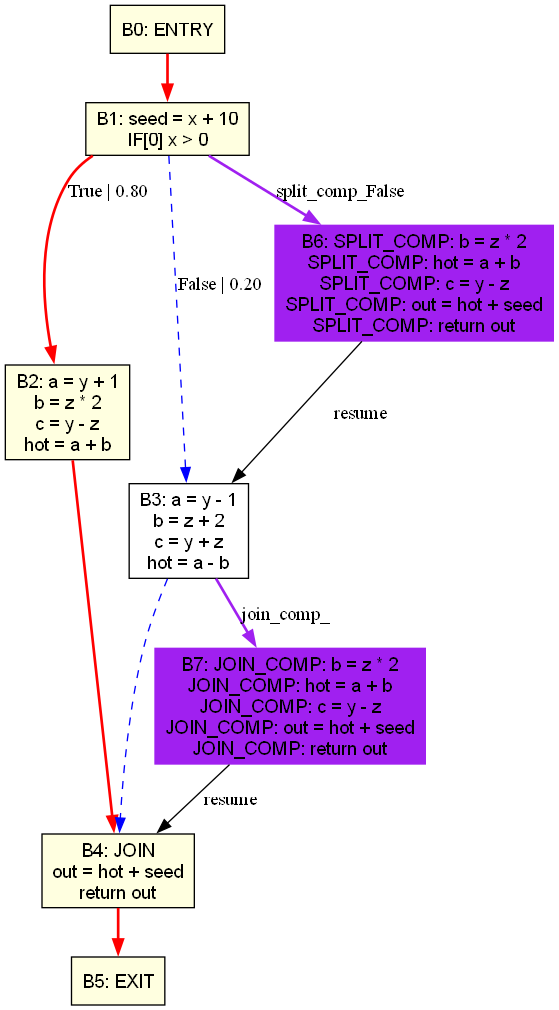
drazicmi/Trace_scheduling_implementation keeps this Graphviz diagram as TraceScheduling/optimized_trace.png. Above is the earlier version. Its source is kept beside it as TraceScheduling/optimized_trace.dot.
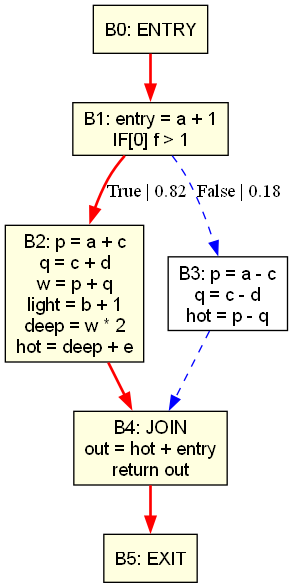
The same file after the commit.

Change to the diagram source:
```diff
@@ -2,21 +2,15 @@
   rankdir=TB;
   node [shape=box, fontname=Helvetica];
   B0 [label="B0: ENTRY", style="filled", fillcolor="lightyellow"];
-  B1 [label="B1: seed = x + 10\nIF[0] x > 0", style="filled", fillcolor="lightyellow"];
-  B2 [label="B2: a = y + 1\nb = z * 2\nc = y - z\nhot = a + b", style="filled", fillcolor="lightyellow"];
-  B3 [label="B3: a = y - 1\nb = z + 2\nc = y + z\nhot = a - b"];
-  B4 [label="B4: JOIN\nout = hot + seed\nreturn out", style="filled", fillcolor="lightyellow"];
+  B1 [label="B1: entry = a + 1\nIF[0] f > 1", style="filled", fillcolor="lightyellow"];
+  B2 [label="B2: p = a + c\nq = c + d\nw = p + q\nlight = b + 1\ndeep = w * 2\nhot = deep + e", style="filled", fillcolor="lightyellow"];
+  B3 [label="B3: p = a - c\nq = c - d\nhot = p - q"];
+  B4 [label="B4: JOIN\nout = hot + entry\nreturn out", style="filled", fillcolor="lightyellow"];
   B5 [label="B5: EXIT", style="filled", fillcolor="lightyellow"];
-  B6 [label="B6: SPLIT_COMP: b = z * 2\nSPLIT_COMP: hot = a + b\nSPLIT_COMP: c = y - z\nSPLIT_COMP: out = hot + seed\nSPLIT_COMP: return out", color="purple", style="filled", fillcolor="purple"];
-  B7 [label="B7: JOIN_COMP: b = z * 2\nJOIN_COMP: hot = a + b\nJOIN_COMP: c = y - z\nJOIN_COMP: out = hot + seed\nJOIN_COMP: return out", color="purple", style="filled", fillcolor="purple"];
   B0 -> B1 [color="red", penwidth=2.0];
-  B1 -> B2 [label="True | 0.80", color="red", penwidth=2.0];
-  B1 -> B3 [label="False | 0.20", color="blue", style="dashed"];
+  B1 -> B2 [label="True | 0.82", color="red", penwidth=2.0];
+  B1 -> B3 [label="False | 0.18", color="blue", style="dashed"];
   B2 -> B4 [color="red", penwidth=2.0];
   B3 -> B4 [color="blue", style="dashed"];
   B4 -> B5 [color="red", penwidth=2.0];
-  B1 -> B6 [label="split_comp_False", color="purple", penwidth=2.0];
-  B6 -> B3 [label="resume"];
-  B3 -> B7 [label="join_comp_", color="purple", penwidth=2.0];
-  B7 -> B4 [label="resume"];
 }
```
